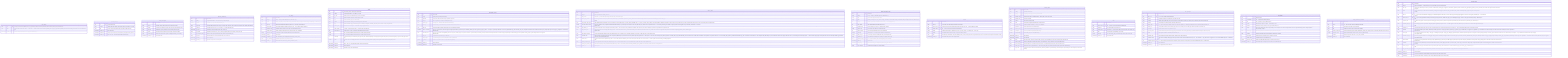
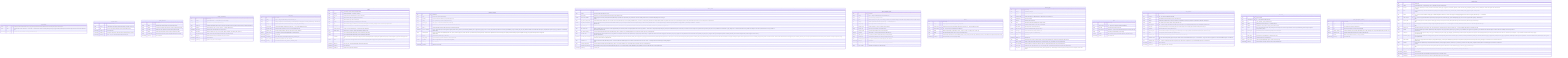
%% Generated by scripts/generate_er.py — do not edit by hand (make er)
erDiagram

    APP_CONFIG {
        string key PK "Config key in lower-snake attribute form (e.g. pdf_extractor). Matches the settings.<key> attribute name and the API path segment. ADR-0053 §2.1."
        string value "Override value as TEXT. NOT NULL — 'a row exists ⇔ override is active'. Reset to default by deleting the row (§3.3). Typed values (bool/float) are stored as their string form and coerced at read. ADR-0053 §2.1."
        timestamptz updated_at "Last write time (audit). Refreshed on every upsert. ADR-0053 §2.1."
    }

    CONVERSATIONS {
        uuid id PK "Conversation identity"
        string vault_id "Logical vault scope (matches pages/edges pattern), from VAULT_ID env var"
        string title "User-set or first-prompt-derived title, NULL until set (ADR-0019 §2.5)"
        timestamptz created_at "Row creation time"
        timestamptz updated_at "Bumped on each chat turn, drives last-active-conversation restore (AC-F6-1)"
        timestamptz deleted_at "NULL = live, set = soft-deleted (ADR-0005 / ADR-0019 §2.5)"
    }

    IMAGE_CAPTIONS {
        uuid id PK "Row identity"
        string vault_id "Vault this cached caption belongs to (per-vault cache scoping)"
        string sha256 "Lowercase hex sha256 of the image file's raw bytes (content-addressed key)"
        string file_path "Relative raw source path last seen for this content (audit, may drift)"
        string caption "Provider-generated caption used as the image's extracted text (R8-2)"
        string provider_type "Backend that produced the caption: local|api|cli (audit only, never routing)"
        timestamptz created_at "Row creation time"
    }

    IMPORT_SCHEDULES {
        uuid id PK "Row identity"
        string vault_id "Logical vault identifier — one schedule row per vault (UNIQUE)"
        boolean enabled "Scheduler is a no-op while false (ADR-0020 §4.1)"
        string source_dir "Container-visible absolute path to scan (e.g. /import). NULL until set by the user. Must be mounted into the container (ADR-0020 §7)."
        string frequency "Scan interval enum: '15m' | '1h' | '6h' | 'daily' (I7 — bounded, ADR-0020 §4.1)"
        timestamptz last_run_at "Timestamp of the last completed scan, NULL if never run"
        string last_status "Outcome of the last scan: 'ok' | 'error' | 'running' | 'skipped_disabled' | 'dir_missing' | NULL (never run)"
        int last_imported_count "Number of files copied (new/changed) during the last scan (ADR-0020 §4.3)"
        string last_error "Human-readable error from the last failed scan, NULL on success"
        timestamptz created_at "Row creation time"
        timestamptz updated_at "Updated on every PUT or scan completion"
    }

    LINT_RUNS {
        uuid id PK "Run identity"
        string vault_id "Scope — string, no vaults table (AQ-v0.5-6, ADR-0037 §3.1)"
        string status "running | completed | error. Defaults 'running', terminal write always in finally (never left 'running' on fall-through — ADR-0037 §4)."
        int max_iter "Iteration cap FROZEN at INSERT from POST body → LINT_MAX_ITER default (I7)"
        int token_budget "Token budget FROZEN at INSERT from POST body → LINT_TOKEN_BUDGET default (I7)"
        int iterations_used "Semantic rounds consumed (0..max_iter), 0 for deterministic-only scans"
        int findings_count "Number of findings emitted by this scan (capped at LINT_MAX_FINDINGS)"
        decimal total_cost_usd "I7 cost ledger, 0.0000 for local/cli (ADR-0009), $1 anomaly threshold"
        timestamptz started_at "Run start time"
        timestamptz completed_at "NULL while running, set in finally block (mirrors deep_research_runs)"
        string error_message "Populated only on status='error', NULL otherwise"
        timestamptz created_at "Row creation time (mirrors deep_research_runs/review_items)"
    }

    PAGES {
        uuid id PK "Page identity, also the Qdrant point id (ADR-0002)"
        string vault_id "Logical vault identifier — from VAULT_ID env var"
        string file_path "Relative path under vault/raw/sources/, join key to filesystem"
        string title "YAML frontmatter 'title', NULL if absent (K6, AC-K6-2/3)"
        string type "YAML frontmatter 'type', NULL if absent (K6)"
        jsonb sources "YAML frontmatter 'sources[]' as JSONB array, NULL if absent (K6)"
        jsonb tags "YAML frontmatter 'tags[]' as JSONB array, NULL if absent (K6 navigation, nashsu/llm_wiki parity). Mirrors 'sources' storage. Migration 0018."
        string content_hash "sha256 hex of raw file bytes — authoritative change signal (ADR-0001)"
        int source_mtime_ns "st_mtime_ns at last confirmed index — cheap fast-path gate (ADR-0001)"
        uuid qdrant_point_id "Qdrant point id == pages.id, explicit to allow deliberate divergence later"
        double x "FR x-coordinate (DOUBLE PRECISION), NULL until first layout (ADR-0013)"
        double y "FR y-coordinate (DOUBLE PRECISION), NULL until first layout (ADR-0013)"
        int community "Louvain community id, re-numbered by size (largest=0). NULL until first GraphEngine.recompute() after migration 0020 (G-P0-2). Persisted alongside x/y, exposed in GET /graph nodes (I2)."
        boolean pinned "True when the user manually positioned this node via PATCH /pages/(id)/position. Engine preserves pinned coords across FR recomputes (Feature A)."
        timestamptz deleted_at "NULL = live, set = soft-deleted (ADR-0005), Qdrant point hard-deleted"
        timestamptz created_at "Row creation time"
        timestamptz updated_at "Updated on every upsert (AC-WATCH-3)"
    }

    PROVIDER_CONFIG {
        uuid id PK "Row identity"
        string scope "global | vault | operation (ADR-0008 §2)"
        string operation "ingest | chat | lint, NULL unless scope='operation' (AQ-v0.2-5)"
        string vault_id "NULL at global scope, required at vault/operation scope"
        string provider_type "local | api | cli — selects the InferenceProvider backend (I6)"
        string model_id "Model name (e.g. claude-sonnet-4-6), value lives ONLY in DB rows (AC-F17-8)"
        string base_url "OpenAI-compatible endpoint for ApiProvider, NULL for Anthropic/local default"
        largebinary api_key_encrypted "W1 (F17, §12 amendment). Fernet-encrypted UI-supplied provider API key (master key from SYNAPSE_SECRET_KEY env, app/secrets_crypto.py). NULL = no UI key, the provider layer falls back to env-var keys (ANTHROPIC_API_KEY / OPENAI_API_KEY). The plaintext is NEVER stored and NEVER returned by any endpoint (GET exposes only api_key_configured + a masked hint). Migration 0026."
        string reasoning_effort "W1 (F17). Per-provider reasoning/thinking effort: auto | off | low | medium | high | max | custom. NULL/auto = provider default (no reasoning override). Threaded into the ApiProvider where the backend supports it (Anthropic extended thinking / OpenAI-compatible reasoning_effort), degrade-safe/ignored when unsupported. Migration 0026."
        int max_iter "Orchestrated-loop iteration cap (I7, ADR-0009)"
        int token_budget "Loop token budget (I7), 60000 orchestrated / 100000 cli (ADR-0009)"
        boolean is_fallback "Marks the single fallback row for a scope (ADR-0009 §fallback)"
        timestamptz created_at "Row creation time"
        timestamptz updated_at "Updated on every change"
    }

    VAULT_STATE {
        uuid id PK "Row identity"
        string vault_id "One row per vault, from VAULT_ID env var"
        int data_version "Monotonic, +1 per successful upsert ingest (AC-F16dv-2/4), FA2 debounce signal"
        boolean remote_mcp_enabled "Runtime toggle for the remote (HTTP) MCP surface (ADR-0032 §2.1). Default OFF, requires MCP_AUTH_TOKEN to be set before enabling. Persisted here, read into RemoteMcpFlag cache in main.py at startup."
        string mcp_access_token_hash "Salted PBKDF2-HMAC-SHA256 hash of the UI-set MCP access token (ADR-0033 §2.1). Format: pbkdf2_sha256$<iters>$<salt_b64>$<hash_b64>. NULL = no UI token, env MCP_AUTH_TOKEN is the bootstrap fallback. NEVER stores plaintext. Token shown once at generation time (one-time reveal). DB-hash takes precedence over env bootstrap when set. Migration 0012."
        boolean mcp_allow_without_token "When ON: PRIVATE sources (loopback/CGNAT/RFC1918/link-local/ULA) may reach /mcp/server without a bearer token (ADR-0033 §2.3). PUBLIC sources (Cloudflare tunnel — CF-Connecting-IP/CF-Ray) are NEVER exempted regardless of this flag (fail-safe by construction). Default false — fail-closed. Migration 0012."
        boolean clip_enabled_db "Runtime enabled-gate for POST /clip ingress (ADR-0040 §3). NULL = not set in DB, env CLIP_ENABLED is the fallback. When NOT NULL, DB value is authoritative (overrides CLIP_ENABLED env). Migration 0015."
-         string clip_access_token "Plaintext bearer token for POST /clip (ADR-0040 §3). NULL = no DB token, fall back to CLIP_TOKEN env bootstrap or none. When set, DB value wins over CLIP_TOKEN env. Shown once at generation time (one-time reveal in PUT /clip/config generated_token). NEVER logged. Migration 0015."
+         string clip_access_token "PBKDF2-SHA256 hash of the bearer token for POST /clip (ADR-0040 §2.2 amendment). NOTE: the original migration 0015 comment says 'plaintext' — that is stale. The write path (PUT /clip/config rotate_token) stores the PBKDF2 hash (never the raw token). The raw token is shown exactly once at generation time in generated_token (never stored). Verification uses constant-time _verify_token(). NULL = no DB token, fall back to CLIP_TOKEN env bootstrap or none. When set, DB value wins over CLIP_TOKEN env. NEVER logged. Migration 0015."
        string clip_allowed_origins_db "Comma-separated Origin allowlist for POST /clip (ADR-0040 §3). NULL = fall back to CLIP_ALLOWED_ORIGINS env var. When set, DB value wins over env. Migration 0015."
-         string cli_oauth_token "Plaintext Claude subscription OAuth token for the CLI provider (ADR-0043 §2.1). Produced on the host by 'claude setup-token' (prefix: sk-ant- + oat01-). NULL = no UI token, env 'CLAUDE_CODE_OAUTH_TOKEN' / 'CLAUDE_CODE_USE_SUBSCRIPTION' govern. When NOT NULL the DB value is authoritative: it is injected into the spawned 'claude' CLI's env as CLAUDE_CODE_OAUTH_TOKEN AND 'ANTHROPIC_API_KEY' is scrubbed from that child env so the subscription wins (ADR-0043 §2.3). Stored PLAINTEXT because it is replayed outbound to the CLI, not verified against an incoming request — a hash cannot be replayed (§12 narrowly amended for this one credential). NEVER logged, NEVER returned by any endpoint. Migration 0017."
+         string cli_oauth_token "DEPRECATED write path (W7 migration 0027). Legacy plaintext CLI subscription OAuth token column (ADR-0043 §2.1 original). Kept for rollback safety — migration 0027 nulls this column after encrypting the value into cli_oauth_token_encrypted. The read path falls back to this column with a security warning if cli_oauth_token_encrypted is NULL (operator migration path when SYNAPSE_SECRET_KEY was absent at migration time). Will be dropped in a future cleanup migration. Migration 0017."
+         largebinary cli_oauth_token_encrypted "W7 (ADR-0043 amendment). Fernet-encrypted CLI subscription OAuth token (master key from SYNAPSE_SECRET_KEY env, app/secrets_crypto.py). Produced on the host by 'claude setup-token' (prefix: sk-ant- + oat01-). NULL = no UI token, env 'CLAUDE_CODE_OAUTH_TOKEN' / 'CLAUDE_CODE_USE_SUBSCRIPTION' govern. When NOT NULL the DB value is authoritative: it is decrypted at startup and injected into the spawned 'claude' CLI env as CLAUDE_CODE_OAUTH_TOKEN. Fernet AES-128-CBC + HMAC-SHA256. Plaintext NEVER stored/logged. Requires SYNAPSE_SECRET_KEY to store (PUT /provider/cli-auth returns 400 when key absent). Fail-closed on tampered ciphertext (decrypt returns None, cache loads None). Migration 0027."
        string searxng_url_db "Runtime SearXNG base URL (ADR-0041 §3). NULL = not set in DB, fall back to SEARXNG_URL env var. When set, DB value wins over env. NOT a secret — returned by GET /web-search/config (no masking). Migration 0016."
        string searxng_categories_db "Comma-separated SearXNG categories (ADR-0041 §3). NULL = not set in DB, fall back to env / code defaults. When set, DB value wins over env. Migration 0016."
        int searxng_max_queries_db "Max SearXNG queries per deep-research iteration (ADR-0041 §3). NULL = not set in DB, fall back to DEEP_RESEARCH_MAX_QUERIES env. When set, DB value wins over env. Migration 0016."
        timestamptz updated_at "Last bump time"
    }

    DEEP_RESEARCH_RUNS {
        uuid id PK "Run identity"
        string vault_id "Scope — string, no vaults table (AQ-v0.5-6, ADR-0024 §7.1)"
        string topic "The research topic provided by the caller"
        string status "running | converged | max_iter_reached | budget_exhausted | error. Defaults 'running', terminal write always in finally (Do-NOT no.7, ADR-0024 §3.2)"
        int max_iter "Iteration cap FROZEN at INSERT from POST body → env default (AQ-v0.5-4)"
        int token_budget "Token budget FROZEN at INSERT (AQ-v0.5-4, I7)"
        int iterations_used "Rounds consumed (1..max_iter), 0 until first round completes"
        jsonb queries_used "Array of every query issued, per round (AC-F10-4c)"
        int sources_fetched "Count of fetched candidate sources across all iterations"
        boolean converged "True iff status == 'converged' (audit convenience, ADR-0024 §7.1)"
        decimal total_cost_usd "I7 cost ledger, 0.0000 for local/cli (ADR-0009), $1 anomaly threshold"
        string synthesis_text "The synthesized markdown, NULL until step 5 completes (AC-F10-4c)"
        uuid synthesis_page_id FK "FK → pages.id created by the re-entrant ingest_file, NULL until done"
        timestamptz started_at "Run start time"
        timestamptz completed_at "NULL while running, set in finally block (mirrors ingest_runs alias rule)"
        string error_message "Populated only on status='error', NULL otherwise"
    }

    EDGES {
        uuid id PK "Row identity"
        string vault_id "Scope edges per vault (matches pages/vault_state pattern)"
        uuid source_page_id FK "Unordered pair stored canonically (smaller UUID first by string sort). FK → pages.id (ADR-0012 / AQ-5)"
        uuid target_page_id FK "FK → pages.id, target of the undirected pair (ADR-0012)"
        double weight "Additive 4-signal weight > 0 (ADR-0012): 3·direct + 4·source_overlap + 1.5·adamic_adar + 1·same_type"
        jsonb signals "Per-signal breakdown ('direct','source','aa','type') for audit (AC-F4-1(e))"
        string kind "Structural edge discriminator: 'link' (direct wikilink present) | 'source' (shared provenance only). ADR-0016 §4. NULL for rows written before migration 0004 (treated as link)."
        timestamptz created_at "Row creation time (set on each recompute batch)"
    }

    INGEST_RUNS {
        uuid id PK "Row identity"
        string vault_id "Vault this run belongs to"
        uuid page_id FK "Originating source page, NULL on a pre-write failure"
        string provider_name "Provider class name (e.g. OllamaProvider) — AUDIT ONLY, never routed on (I6)"
        string provider_type "local | api | cli (audit)"
        string model_id "Resolved model used (audit)"
        string route "orchestrated | delegated (capability-aware routing outcome)"
        int max_iter_used "Iterations actually consumed (1..max_iter), 0 for delegated"
        int total_tokens "input+output tokens across all iterations (I7)"
        decimal total_cost_usd "0.0000 for local/cli (ADR-0009), logged per run (I7)"
        boolean converged "True if a valid batch was produced within max_iter"
        boolean cost_anomaly "True if total_cost_usd > 1.00 (ADR-0009 §3)"
        timestamptz started_at "Run start time"
        timestamptz finished_at "Run finish time"
        string status "Run lifecycle state: running | completed | failed | converged_false. Backfilled from converged for historical rows (ADR-0018 §7)."
        int pages_created "Number of wiki pages persisted during this run. 0 for historical rows, set by orchestrator on new runs (ADR-0018 §7)."
        string error_message "Human-readable error description for failed runs, NULL for completed/running/converged_false rows (ADR-0018 §7)."
        string source_path "Relative raw source path (raw/sources/…) the run is ingesting. NULL for historical rows written before migration 0021 (ADR-0046 §1)."
        int retry_count "Times this source has been retried. Enforces MAX_INGEST_RETRIES=3 (I7, ADR-0046 §5). Incremented by the queue manager on each re-dispatch, 0 for the initial attempt."
    }

    LINKS {
        uuid id PK "Row identity"
        uuid source_page_id FK "FK → pages.id, the page that contains the wikilink (K5)"
        string target_title "The [[Target]] title string as written (K5)"
        uuid target_page_id FK "Resolved FK → pages.id, NULL while the target page does not exist (K5, v0.3)"
        string alias "The |alias part of [[Target|alias]], if present (K5)"
        boolean dangling "True when target_page_id is unresolved (AC-K5-5), warn-not-error path"
        timestamptz created_at "Row creation time"
    }

    LINT_FINDINGS {
        uuid id PK "Finding identity"
        uuid lint_run_id FK "FK → lint_runs.id (ON DELETE CASCADE)"
        string vault_id "Denormalised vault scope (matches the run's vault, AQ-v0.5-6)"
        string category "Finding category (ADR-0037 §3.1 enum-by-convention, no DB CHECK): orphan-page | missing-xref | contradiction | stale-claim | missing-page."
        string severity "info | warning | error (advisory, display ordering). ADR-0037 §3.1."
        uuid target_page_id FK "FK → pages.id, the page the finding is about. NULL when none applies (e.g. a missing-page finding about a not-yet-existing title). ADR-0037 §3.1."
        string target_title "The page title the finding concerns (missing-page: title to create, missing-xref: the existing page that should be linked). ADR-0037 §3.1."
        string description "Human-readable 'what is wrong' (ADR-0037 §3.1)."
        string proposed_action "Human-readable description of the fix apply_lint_fix would attempt. NULL for flag-only findings (contradiction/stale-claim/orphan). ADR-0037 §3.1/§5."
        string status "open | applied | dismissed. Defaults 'open' (ADR-0037 §3.1)."
        string resolution_note "How the finding was resolved (apply outcome / dismiss reason). NULL while open."
        string suggested_target "Title of the best matching existing page found by the tolerant resolver at broken-wikilink scan time (exact → case-insensitive → slug). NULL when no suggestion or for non-broken-wikilink categories. L2 / ADR-0037 B1."
        uuid suggested_page_id FK "FK → pages.id, the live page whose title is 'suggested_target'. NULL when no suggestion or for non-broken-wikilink categories. L2 / ADR-0037 B1."
        timestamptz created_at "Row creation time"
        timestamptz reviewed_at "Set on apply/dismiss, NULL while open."
    }

    MESSAGES {
        uuid id PK "Message identity"
        uuid conversation_id FK "FK → conversations.id (ADR-0019 §2.5)"
        string role "'user' | 'assistant' | 'system' (ADR-0019 §2.5)"
        string content "RAW message content, incl. literal <think>…</think> un-mutated (AC-F7-2)"
        jsonb citations "RESERVED for M5 [n] citations, always [] in M4 (ADR-0019 §2.3)"
        jsonb images "B2-C1 image attachments: [(mime, data_base64)] for user messages. NULL when no images attached. Stored so regenerate/history preserves images. Migration: 0024_messages_images."
        string provider_type "Backend that produced an assistant msg (audit), NULL for user/system"
        string model_id "Resolved model that produced an assistant msg (audit), NULL otherwise"
        int input_tokens "Prompt tokens for an assistant turn (I7 persistent cost record)"
        int output_tokens "Completion tokens for an assistant turn (I7)"
        decimal total_cost_usd "0.0000 for local/cli (ADR-0009), logged + returned in done event (I7)"
        timestamptz created_at "Row creation time, messages ordered created_at ASC (ADR-0019 §2.5)"
    }

    DEEP_RESEARCH_SOURCES {
        uuid id PK "Row identity"
        uuid run_id FK "FK → deep_research_runs.id (ON DELETE CASCADE)"
        string url "The fetched source URL (from SearXNG hit)"
        string title "Hit title from SearXNG, may be URL if no title available"
        string fetched_content_md "Extracted markdown (capped at DEEP_RESEARCH_FETCH_MAX_CHARS), NULL on fetch failure (ADR-0024 §4 / Do-NOT no.9)"
        decimal relevance_score "Optional model/heuristic relevance, NULL in Phase 2 (ADR-0024 §11)"
        int iteration "Which round produced this source (1..max_iter), audit trail"
        timestamptz created_at "Row creation time"
    }

    REVIEW_ITEMS {
        uuid id PK "Row identity"
        string vault_id "Logical vault identifier — existing String (no FK, no vaults table). AQ-v0.5-6, ADR-0034 §3.1"
        string item_type "Proposal type (ADR-0034 §3.1 enum-by-convention, no DB CHECK): missing-page | suggestion | contradiction | duplicate | confirm. Old values (new_page/update_page/deep_research_candidate) are obsolete after migration 0013 left-shifts them to skipped."
        string status "Lifecycle (ADR-0034 §3.1, ADR-0044 adds dismissed): pending | created | skipped | dismissed | deep_researched | auto_resolved. Defaults 'pending'. (approved is gone, Create produces created.)"
        uuid page_id FK "FK → pages.id, the review TARGET: existing page a contradiction/duplicate conflicts with, or source-context page for missing-page/suggestion. NULL when none applies. (ADR-0034 §3.1 — re-documented column)"
        uuid source_page_id FK "FK → pages.id, the page WHOSE INGEST produced this proposal (provenance). Distinct from page_id (the conflicting/target page). Lets the UI show 'proposed while ingesting X'. ADR-0034 §3.1 ADD."
        string proposed_title "The title the LLM proposes to create (required for missing-page, advisory for others). Drives the lazy skeleton (ADR-0034 §5.2) and rule-based sweep title match (§6.2). ADR-0034 §3.1 ADD."
        string proposed_page_type "Inferred PageType for the lazy skeleton: entity|concept|source|synthesis|comparison. NULL → heuristic applied at Create time (ADR-0034 §5.2). source is never a valid Create target. ADR-0034 §3.1 ADD."
        string proposed_dir "Target wiki/ subdir derived from proposed_page_type (DISPLAY ONLY). Recomputed from the final type at Create time — never trusted blindly (ADR-0034 §5.2). ADR-0034 §3.1 ADD."
        string rationale "Short human-readable 'why this matters' (ADR-0034 §3.1 ADD). Replaces the old per-page follow-up questions (pre_generated_query is DROPPED). For suggestion: the gap/follow-up, for contradiction: the conflict description, for confirm: what needs confirming. Used as the topic hint for Deep Research."
        string content_key "16-hex FNV-1a stable digest over vault_id + item_type + normalize(proposed_title) + (target_page_title|page_id) (ADR-0044 §3.2). Makes the queue idempotent across re-ingest: the same logical proposal keeps its content_key and therefore its status. NULL for 'confirm' items (never deduped — every confirmation is a distinct human ask) and legacy rows. Migration 0019."
        jsonb referenced_page_ids "JSON array of page-id STRINGS: the existing pages this proposal is contextually about (plural context set, ADR-0044 §2/§3.1). Bounded (≤ REVIEW_REFERENCED_PAGES_MAX, default 8). Distinct from page_id (single primary conflict) and source_page_id (provenance). Deliberately a JSON array, NOT a junction/FK — stale ids are filtered at render (ADR-0044 §9.2). NULL/[] when none. Migration 0019."
        jsonb search_queries "JSON array of ≤3 pre-generated web-search-query strings (ADR-0044 §2.3), produced by the SAME single proposal call (no extra provider call). Deep Research seeds its topic from search_queries[0], the UI shows them on the card. NULL when none. Migration 0019."
        string resolution "How the item closed (ADR-0034 §3.1 ADD, ADR-0044 adds dismissed): created | skipped | dismissed | researched | rule_resolved | llm_resolved. NULL while pending. Complements status (status records *what* happened, resolution records *how* it was resolved)."
        uuid created_page_id FK "FK → pages.id, the page a successful Create action produced (ADR-0034 §5). NULL while status != 'created'. Distinct from page_id and source_page_id. ADR-0034 §3.1 ADD."
        uuid deep_research_run_id FK "FK → deep_research_runs.id, set when the Deep-Research action fires (AC-F10-5). NULL while status != 'deep_researched'. Unchanged from ADR-0025."
        timestamptz created_at "Row creation time"
        timestamptz reviewed_at "Set on any terminal action (Create/Skip/Deep-Research/auto-resolve), NULL while pending."
        string reviewed_by "'web-ui' for human actions, 'auto-sweep' for the sweep (ADR-0034 §6.2/§6.3). NULL while pending."
    }
